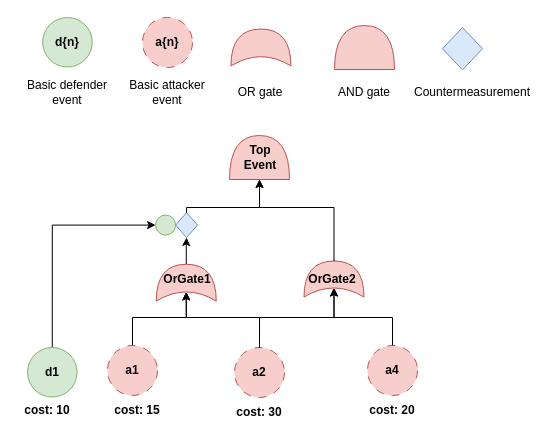
The draw.io diagram ADT_to_transform.drawio in AplyQ8/SUBD, before the edit. Source tidied: cells renumbered, new cells numbered last; positions are measured from the earlier drawing's top-left corner, leaving out a move shared by most shapes. Both pictures are drawn from the tidied source at 100%, with x=0, y=0 at pixel (16, 17).
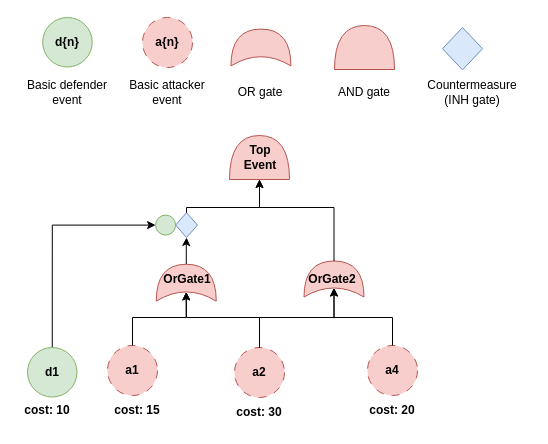
Above is the later version.

The edit, as a diff of the source:
```diff
@@
-    <mxCell id="13" value="Countermeasurement" style="text;html=1;align=center;verticalAlign=middle;whiteSpace=wrap;rounded=0;" parent="1" vertex="1">
+    <mxCell id="13" value="Countermeasure&lt;div&gt;(INH gate)&lt;/div&gt;" style="text;html=1;align=center;verticalAlign=middle;whiteSpace=wrap;rounded=0;" parent="1" vertex="1">
       <mxGeometry x="411" y="59.5" width="90" height="30" as="geometry" />
     </mxCell>
```
